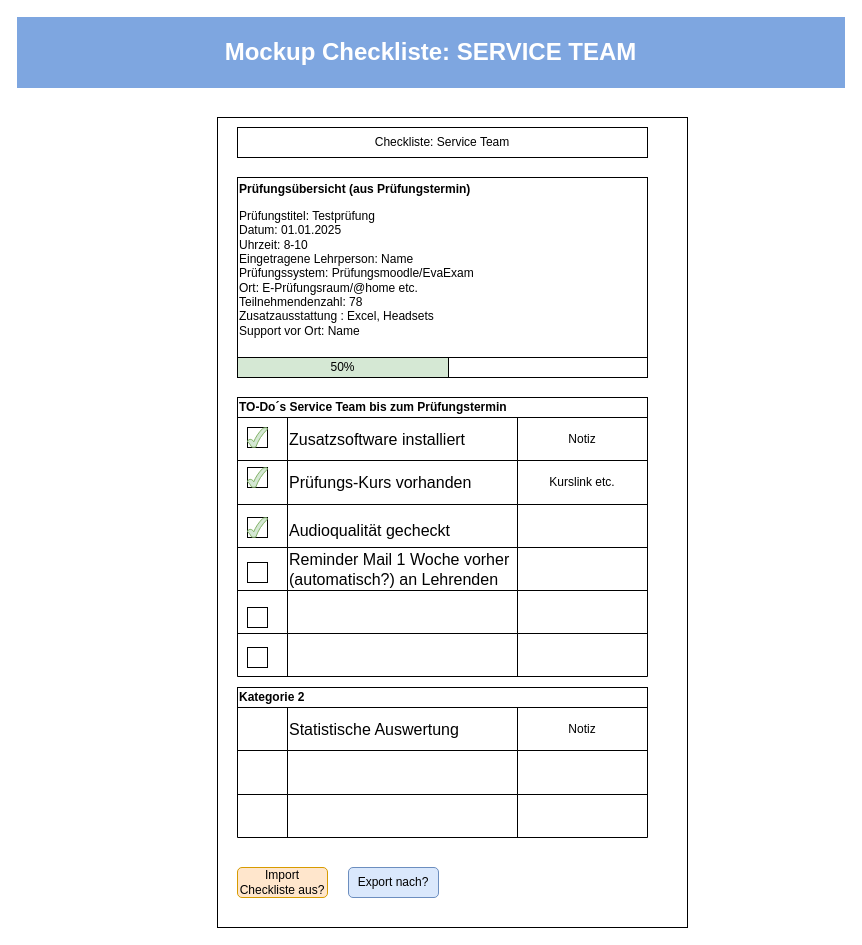
melanietreitinger/buchungstool keeps this draw.io diagram as Service-Team Checkliste.drawio. Above is the earlier version. Source tidied: cells renumbered, new cells numbered last; positions are measured from the earlier drawing's top-left corner, leaving out a move shared by most shapes. Both pictures are drawn from the tidied source at 100%, with x=0, y=0 at pixel (17, 17).
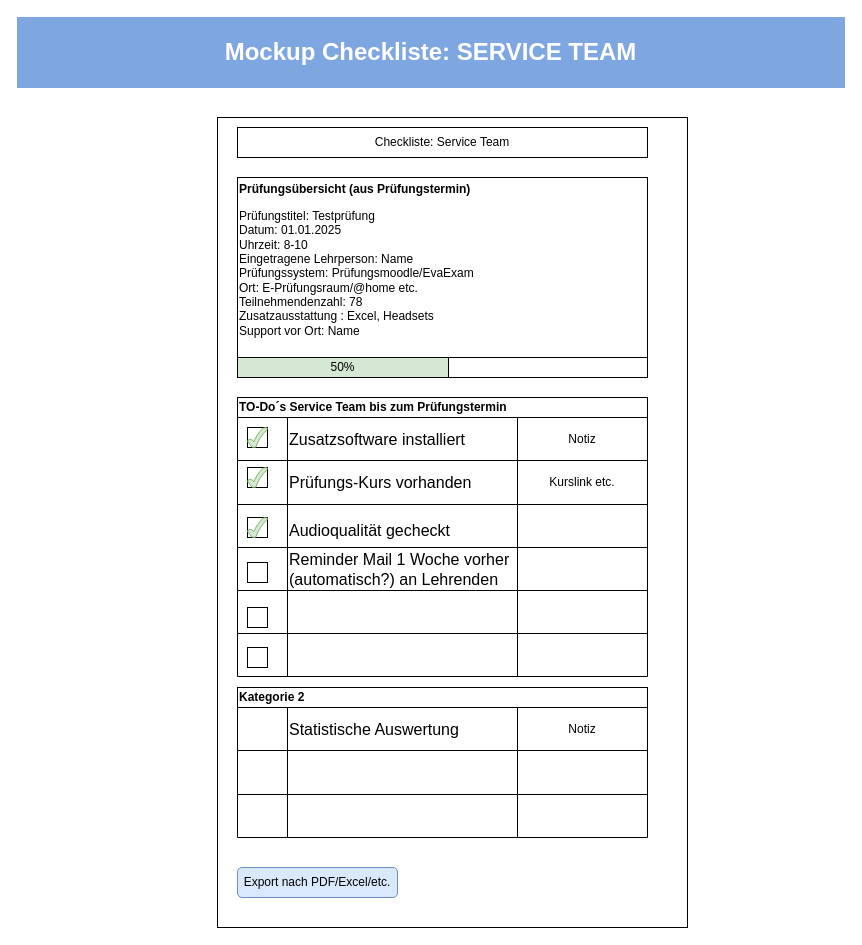
Above is the later version.

Diff of the diagram source:
```diff
@@
-    <mxCell id="42" value="Export nach?" style="rounded=1;whiteSpace=wrap;html=1;fillColor=#dae8fc;strokeColor=#6c8ebf;" parent="1" vertex="1">
-      <mxGeometry x="331" y="850" width="90" height="30" as="geometry" />
+    <mxCell id="42" value="Export nach PDF/Excel/etc." style="rounded=1;whiteSpace=wrap;html=1;fillColor=#dae8fc;strokeColor=#6c8ebf;" parent="1" vertex="1">
+      <mxGeometry x="220" y="850" width="160" height="30" as="geometry" />
     </mxCell>
-    <mxCell id="43" value="Import Checkliste aus?" style="rounded=1;whiteSpace=wrap;html=1;fillColor=#ffe6cc;strokeColor=#d79b00;" parent="1" vertex="1">
-      <mxGeometry x="220" y="850" width="90" height="30" as="geometry" />
-    </mxCell>
```
